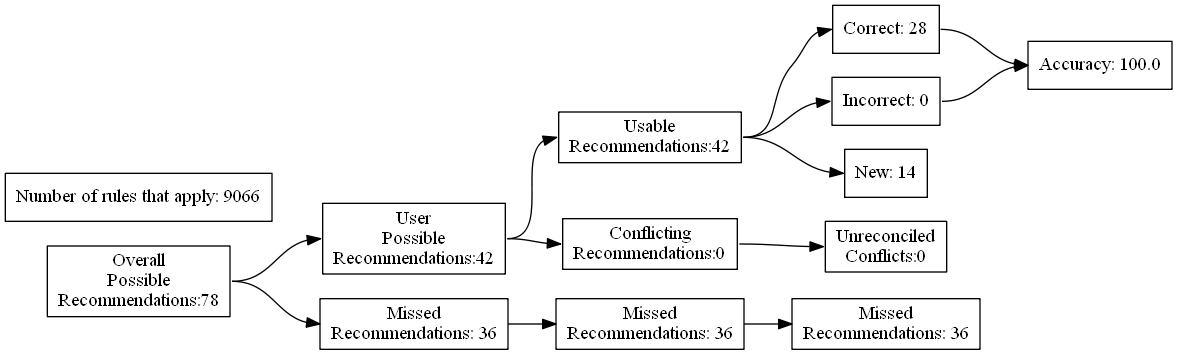
ZaxR/ibd_diet_analysis keeps this Graphviz diagram as test_renders/8.gv.png. Above is the earlier version. Its source is kept beside it as test_renders/8.gv.
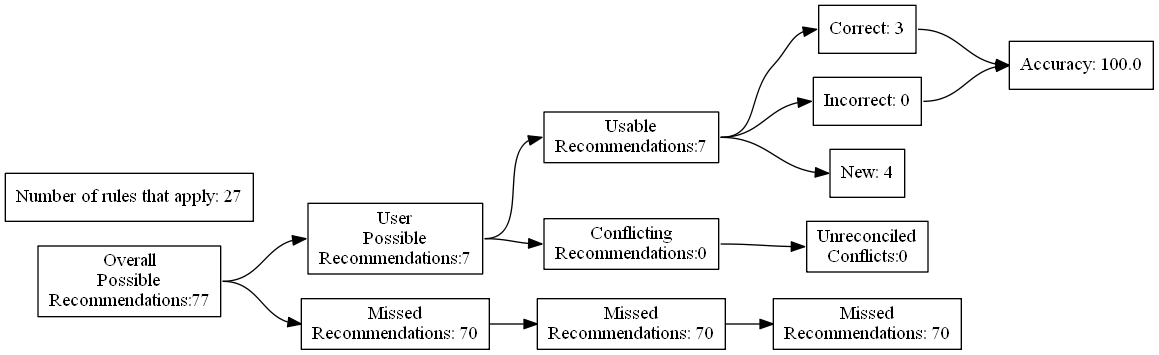
Above is the later version.

The edit, as a diff of the source:
```diff
@@ -4,27 +4,27 @@
 	edge [headport=w tailport=e]
 		A [label="Overall
 Possible
-Recommendations:78"]
+Recommendations:77"]
 		B [label="User
 Possible
-Recommendations:42"]
+Recommendations:7"]
 		C [label="Missed
-Recommendations: 36"]
+Recommendations: 70"]
 		D [label="Usable
-Recommendations:42"]
+Recommendations:7"]
 		E [label="Conflicting
 Recommendations:0"]
 		J [label="Missed
-Recommendations: 36"]
+Recommendations: 70"]
 		M [label="Unreconciled
 Conflicts:0"]
-		F [label="Correct: 28"]
+		F [label="Correct: 3"]
 		G [label="Incorrect: 0"]
-		H [label="New: 14"]
+		H [label="New: 4"]
 		K [label="Missed
-Recommendations: 36"]
+Recommendations: 70"]
 		I [label="Accuracy: 100.0"]
-		l [label="Number of rules that apply: 9066"]
+		l [label="Number of rules that apply: 27"]
 			A -> B
 			A -> C
 			B -> D
```
